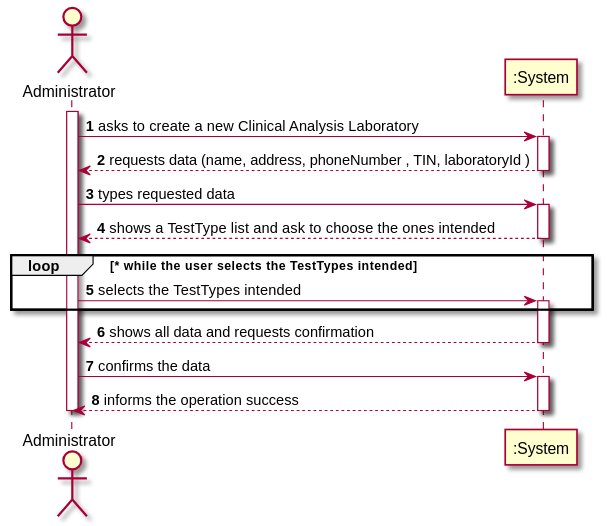
Earlier version of the PlantUML export docs/SprintC/SprintB/US08/US08_SSD.svg (manu-07-ela/LAPR2_ISEP). Source of this version:
```plantuml
@startuml
autonumber
actor "Administrator" as Adm

activate Adm
Adm -> ":System" : asks to create a new Clinical Analysis Laboratory
activate ":System"
":System" --> Adm : requests data (name, address, phoneNumber , TIN, laboratoryId )

deactivate ":System"

Adm -> ":System" : types requested data
activate ":System"
":System" --> Adm : shows a TestType list and ask to choose the ones intended
deactivate ":System"
loop * while the user selects the TestTypes intended
Adm -> ":System" : selects the TestTypes intended
activate ":System"
end
":System" --> Adm : shows all data and requests confirmation
deactivate ":System"


Adm -> ":System" : confirms the data
activate ":System"
":System" --> Adm : informs the operation success
deactivate ":System"

deactivate Adm

@enduml
```
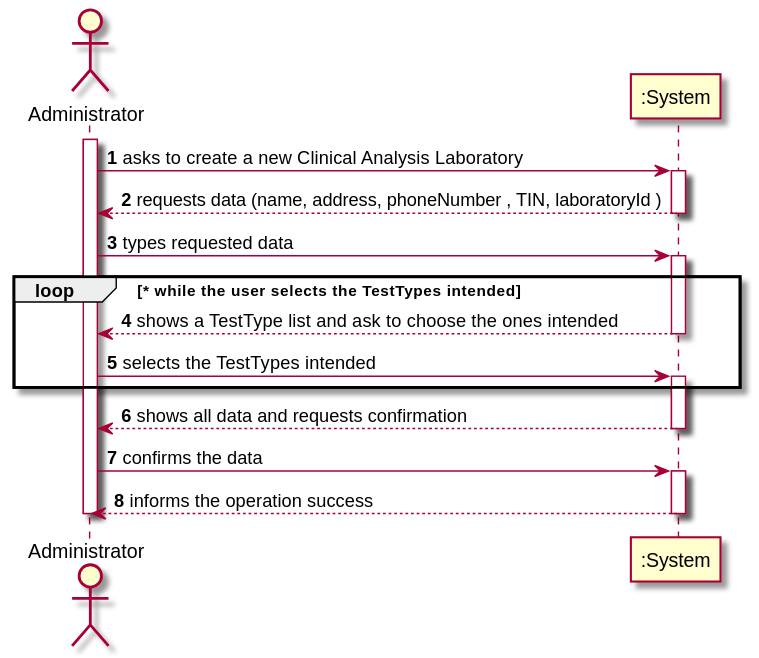
After the commit.

Diff of the diagram source:
```diff
@@ -11,9 +11,9 @@
 
 Adm -> ":System" : types requested data
 activate ":System"
+loop * while the user selects the TestTypes intended
 ":System" --> Adm : shows a TestType list and ask to choose the ones intended
 deactivate ":System"
-loop * while the user selects the TestTypes intended
 Adm -> ":System" : selects the TestTypes intended
 activate ":System"
 end
```
